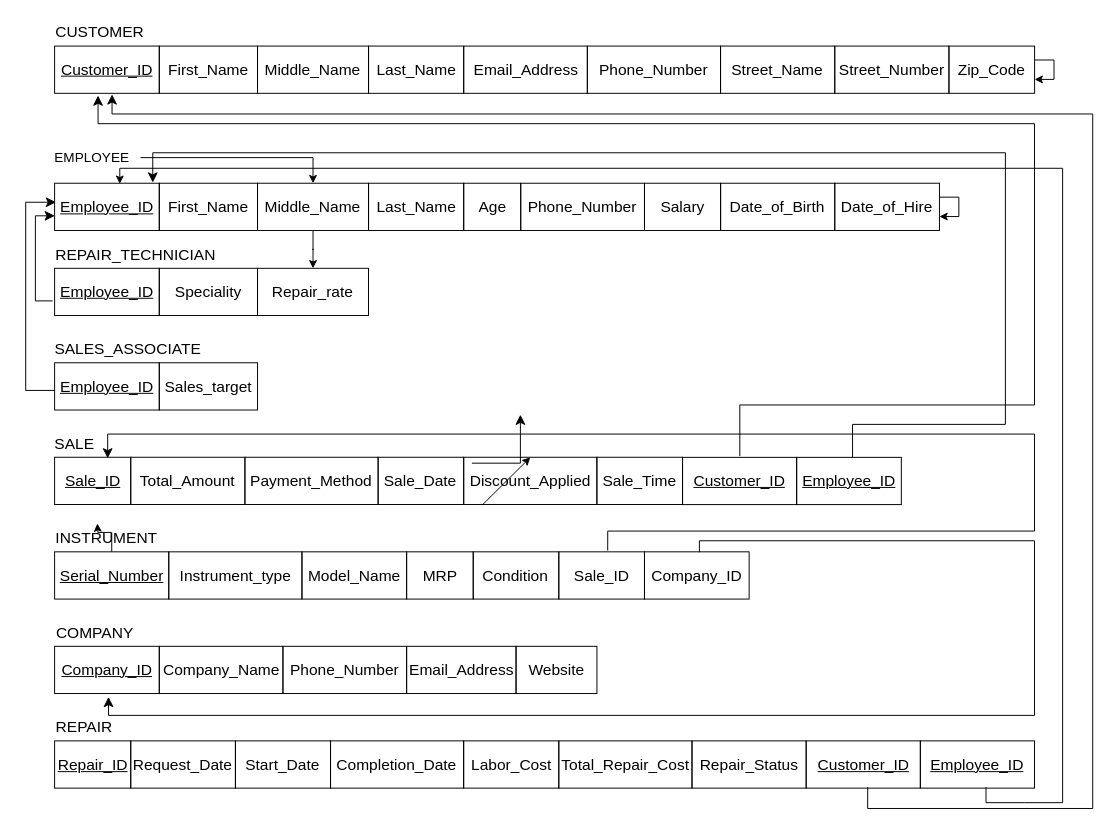
The draw.io diagram Copy of MusicStoreRelationalSchema.drawio in Tangerinn/newRepo, before the edit. Source tidied: cells renumbered, new cells numbered last; positions are measured from the earlier drawing's top-left corner, leaving out a move shared by most shapes. Both pictures are drawn from the tidied source at 97%, with x=0, y=0 at pixel (25, 16).
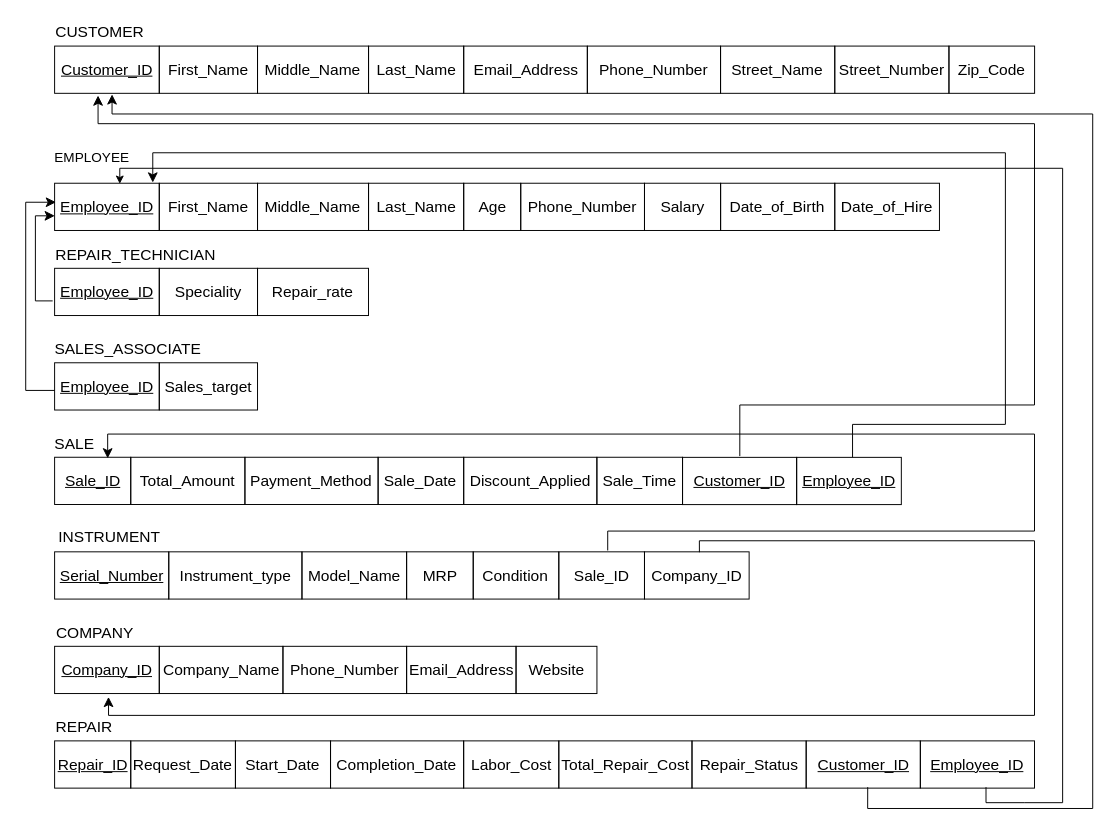
Above is the later version.

Unchanged cells that the change refers to:
```xml
<mxCell id="3" style="group;" parent="1" vertex="1">
  <mxGeometry x="29.8" y="30" width="1010.2" height="48.7" as="geometry" />
</mxCell>
<mxCell id="4" value="&lt;u&gt;&lt;font style=&quot;font-size: 16px;&quot;&gt;Customer_ID&lt;/font&gt;&lt;/u&gt;" style="whiteSpace=wrap;html=1;align=center;fillColor=none;fontColor=light-dark(#000000,#000000);labelBorderColor=none;strokeColor=light-dark(#000000,#000000);" parent="3" vertex="1">
  <mxGeometry width="107.9" height="48.7" as="geometry" />
</mxCell>
<mxCell id="11" value="&lt;span style=&quot;font-size: 16px;&quot;&gt;Zip_Code&lt;/span&gt;" style="whiteSpace=wrap;html=1;align=center;fillColor=none;fontColor=light-dark(#000000,#000000);labelBorderColor=none;strokeColor=light-dark(#000000,#000000);" parent="3" vertex="1">
  <mxGeometry x="922" width="88.3" height="48.7" as="geometry" />
</mxCell>
<mxCell id="17" value="&lt;span style=&quot;font-size: 16px;&quot;&gt;Repair_rate&lt;/span&gt;" style="whiteSpace=wrap;html=1;align=center;fillColor=none;fontColor=light-dark(#000000,#000000);labelBorderColor=none;strokeColor=light-dark(#000000,#000000);" parent="14" vertex="1">
  <mxGeometry x="209.2" width="114.4" height="48.7" as="geometry" />
</mxCell>
<mxCell id="22" value="&lt;span&gt;EMPLOYEE&lt;/span&gt;" style="text;html=1;align=center;verticalAlign=middle;points=[];strokeColor=none;fillColor=none;fontColor=light-dark(#000000,#000000);fontSize=14;" parent="1" vertex="1">
  <mxGeometry x="18.3" y="130" width="100" height="30" as="geometry" />
</mxCell>
<mxCell id="26" value="&lt;u&gt;&lt;font style=&quot;font-size: 16px;&quot;&gt;Serial_Number&lt;/font&gt;&lt;/u&gt;" style="whiteSpace=wrap;html=1;align=center;fillColor=none;fontColor=light-dark(#000000,#000000);labelBorderColor=none;strokeColor=light-dark(#000000,#000000);" parent="1" vertex="1">
  <mxGeometry x="29.8" y="551.4" width="117.7" height="48.7" as="geometry" />
</mxCell>
<mxCell id="57" value="&lt;u&gt;&lt;font style=&quot;font-size: 16px;&quot;&gt;Customer_ID&lt;/font&gt;&lt;/u&gt;" style="whiteSpace=wrap;html=1;align=center;fillColor=none;fontColor=light-dark(#000000,#000000);labelBorderColor=none;strokeColor=light-dark(#000000,#000000);" parent="1" vertex="1">
  <mxGeometry x="804.6" y="746.3" width="117.7" height="48.7" as="geometry" />
</mxCell>
<mxCell id="60" style="group;" parent="1" vertex="1">
  <mxGeometry x="29.8" y="171.4" width="912.1" height="48.7" as="geometry" />
</mxCell>
<mxCell id="63" value="&lt;span style=&quot;font-size: 16px;&quot;&gt;Middle_Name&lt;/span&gt;" style="whiteSpace=wrap;html=1;align=center;fillColor=none;fontColor=light-dark(#000000,#000000);labelBorderColor=none;strokeColor=light-dark(#000000,#000000);" parent="60" vertex="1">
  <mxGeometry x="209.2" width="114.4" height="48.7" as="geometry" />
</mxCell>
<mxCell id="68" value="&lt;span style=&quot;font-size: 16px;&quot;&gt;Date_of_Hire&lt;/span&gt;" style="whiteSpace=wrap;html=1;align=center;fillColor=none;fontColor=light-dark(#000000,#000000);labelBorderColor=none;strokeColor=light-dark(#000000,#000000);" parent="60" vertex="1">
  <mxGeometry x="804.3" width="107.9" height="48.7" as="geometry" />
</mxCell>
```

Change to the diagram source:
```diff
@@
-    <mxCell id="13" style="edgeStyle=orthogonalEdgeStyle;rounded=0;orthogonalLoop=1;jettySize=auto;html=1;" parent="3" edge="1" source="11" target="11">
-      <mxGeometry relative="1" as="geometry" />
-    </mxCell>
@@
-    <mxCell id="21" style="edgeStyle=orthogonalEdgeStyle;rounded=0;jettySize=auto;html=1;" parent="1" edge="1" source="22" target="63">
-      <mxGeometry relative="1" as="geometry" />
-    </mxCell>
@@
-    <mxCell id="25" style="edgeStyle=orthogonalEdgeStyle;rounded=0;jettySize=auto;html=1;" parent="1" edge="1" source="26">
-      <mxGeometry relative="1" as="geometry">
-        <mxPoint x="73.9" y="522.2" as="targetPoint" />
-      </mxGeometry>
-    </mxCell>
@@
     <mxCell id="31" value="&lt;span style=&quot;font-size: 16px;&quot;&gt;INSTRUMENT&lt;/span&gt;" style="text;html=1;align=center;verticalAlign=middle;strokeColor=none;fillColor=none;fontColor=light-dark(#000000,#000000);" parent="1" vertex="1">
-      <mxGeometry x="18.3" y="522.2" width="130" height="30" as="geometry" />
+      <mxGeometry x="21" y="521.4" width="130" height="30" as="geometry" />
     </mxCell>
@@
-    <mxCell id="59" style="endArrow=classic;html=1;rounded=0;" parent="1" edge="1">
-      <mxGeometry relative="1" as="geometry">
-        <mxPoint x="471.1" y="502.7" as="sourcePoint" />
-        <mxPoint x="520.2" y="454" as="targetPoint" />
-      </mxGeometry>
-    </mxCell>
@@
-    <mxCell id="70" style="edgeStyle=orthogonalEdgeStyle;rounded=0;orthogonalLoop=1;jettySize=auto;html=1;" parent="60" edge="1" source="68" target="68">
-      <mxGeometry relative="1" as="geometry" />
-    </mxCell>
@@
-    <mxCell id="76" style="edgeStyle=segmentEdgeStyle;endArrow=classic;html=1;curved=0;rounded=0;endSize=8;startSize=8;exitX=0.539;exitY=0.979;exitDx=0;exitDy=0;exitPerimeter=0;strokeColor=light-dark(#000000,#000000);entryX=0.549;entryY=1.022;entryDx=0;entryDy=0;entryPerimeter=0;" parent="1" edge="1" source="57" target="4">
-      <mxGeometry relative="1" as="geometry">
-        <Array as="points">
-          <mxPoint x="868" y="816" />
-          <mxPoint x="1100" y="816" />
-          <mxPoint x="1100" y="100" />
-          <mxPoint x="89" y="100" />
-        </Array>
-      </mxGeometry>
-    </mxCell>
@@
-    <mxCell id="80" style="edgeStyle=orthogonalEdgeStyle;rounded=0;jettySize=auto;html=1;" parent="1" edge="1" source="63" target="17">
-      <mxGeometry relative="1" as="geometry" />
-    </mxCell>
@@
-    <mxCell id="82" style="edgeStyle=segmentEdgeStyle;endArrow=classic;html=1;curved=0;rounded=0;endSize=8;startSize=8;fontColor=light-dark(#000000,#000000);" parent="1" edge="1">
-      <mxGeometry relative="1" as="geometry">
-        <mxPoint x="460" y="460" as="sourcePoint" />
-        <mxPoint x="510" y="410" as="targetPoint" />
-      </mxGeometry>
-    </mxCell>
@@
+    <mxCell id="76" style="edgeStyle=segmentEdgeStyle;endArrow=classic;html=1;curved=0;rounded=0;endSize=8;startSize=8;exitX=0.539;exitY=0.979;exitDx=0;exitDy=0;exitPerimeter=0;strokeColor=light-dark(#000000,#000000);entryX=0.549;entryY=1.022;entryDx=0;entryDy=0;entryPerimeter=0;" parent="1" edge="1" source="57" target="4">
+      <mxGeometry relative="1" as="geometry">
+        <Array as="points">
+          <mxPoint x="868" y="816" />
+          <mxPoint x="1100" y="816" />
+          <mxPoint x="1100" y="100" />
+          <mxPoint x="89" y="100" />
+        </Array>
+      </mxGeometry>
+    </mxCell>
```
